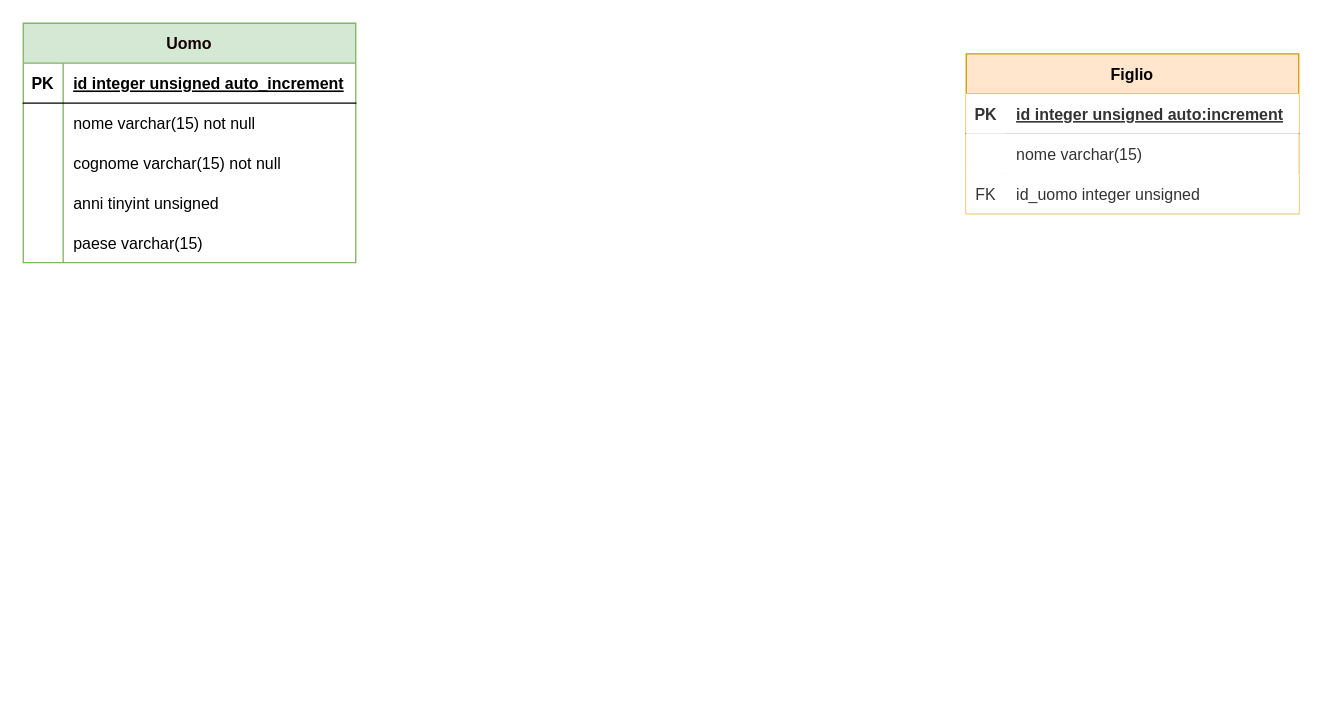
The draw.io diagram AS_2023_2024/5IA/Informatica/UD 2 - mySQL Basics/er01.drawio in CescoP81/GalileiOstiglia, before the edit. Source tidied: cells renumbered, new cells numbered last; positions are measured from the earlier drawing's top-left corner, leaving out a move shared by most shapes. Both pictures are drawn from the tidied source at 133%, with x=0, y=0 at pixel (23, 23).
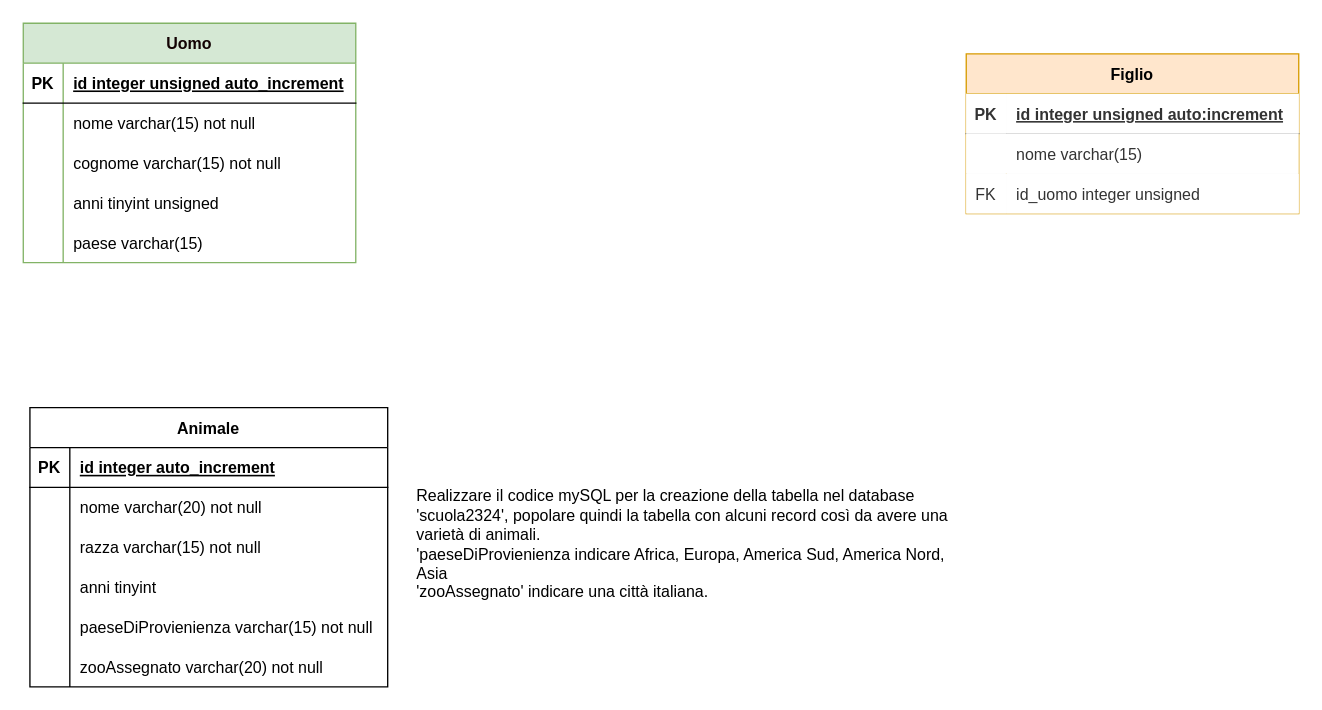
The same diagram, later.

Diff of the diagram source:
```diff
@@
+    <mxCell id="28" value="Animale" style="shape=table;startSize=30;childLayout=tableLayout;rowLines=0;fontStyle=1;align=center;" parent="1" vertex="1">
+      <mxGeometry x="5" y="289" width="269" height="210" as="geometry" />
+    </mxCell>
+    <mxCell id="29" style="shape=tableRow;horizontal=0;startSize=0;swimlaneHead=0;swimlaneBody=0;fillColor=none;top=0;left=0;right=0;bottom=1;" parent="28" vertex="1">
+      <mxGeometry y="30" width="269" height="30" as="geometry" />
+    </mxCell>
+    <mxCell id="30" value="PK" style="shape=partialRectangle;fillColor=none;top=0;left=0;bottom=0;right=0;fontStyle=1;overflow=hidden;" parent="29" vertex="1">
+      <mxGeometry width="30" height="30" as="geometry" />
+    </mxCell>
+    <mxCell id="31" value="id integer auto_increment" style="shape=partialRectangle;fillColor=none;top=0;left=0;bottom=0;right=0;align=left;spacingLeft=6;fontStyle=5;overflow=hidden;" parent="29" vertex="1">
+      <mxGeometry x="30" width="239" height="30" as="geometry" />
+    </mxCell>
+    <mxCell id="32" style="shape=tableRow;horizontal=0;startSize=0;swimlaneHead=0;swimlaneBody=0;fillColor=none;top=0;left=0;right=0;bottom=0;" parent="28" vertex="1">
+      <mxGeometry y="60" width="269" height="30" as="geometry" />
+    </mxCell>
+    <mxCell id="33" style="shape=partialRectangle;fillColor=none;top=0;left=0;bottom=0;right=0;overflow=hidden;" parent="32" vertex="1">
+      <mxGeometry width="30" height="30" as="geometry" />
+    </mxCell>
+    <mxCell id="34" value="nome varchar(20) not null" style="shape=partialRectangle;fillColor=none;top=0;left=0;bottom=0;right=0;align=left;spacingLeft=6;overflow=hidden;" parent="32" vertex="1">
+      <mxGeometry x="30" width="239" height="30" as="geometry" />
+    </mxCell>
+    <mxCell id="35" style="shape=tableRow;horizontal=0;startSize=0;swimlaneHead=0;swimlaneBody=0;fillColor=none;top=0;left=0;right=0;bottom=0;" parent="28" vertex="1">
+      <mxGeometry y="90" width="269" height="30" as="geometry" />
+    </mxCell>
+    <mxCell id="36" style="shape=partialRectangle;fillColor=none;top=0;left=0;bottom=0;right=0;overflow=hidden;" parent="35" vertex="1">
+      <mxGeometry width="30" height="30" as="geometry" />
+    </mxCell>
+    <mxCell id="37" value="razza varchar(15) not null" style="shape=partialRectangle;fillColor=none;top=0;left=0;bottom=0;right=0;align=left;spacingLeft=6;overflow=hidden;" parent="35" vertex="1">
+      <mxGeometry x="30" width="239" height="30" as="geometry" />
+    </mxCell>
+    <mxCell id="38" style="shape=tableRow;horizontal=0;startSize=0;swimlaneHead=0;swimlaneBody=0;fillColor=none;top=0;left=0;right=0;bottom=0;" parent="28" vertex="1">
+      <mxGeometry y="120" width="269" height="30" as="geometry" />
+    </mxCell>
+    <mxCell id="39" style="shape=partialRectangle;fillColor=none;top=0;left=0;bottom=0;right=0;overflow=hidden;" parent="38" vertex="1">
+      <mxGeometry width="30" height="30" as="geometry" />
+    </mxCell>
+    <mxCell id="40" value="anni tinyint" style="shape=partialRectangle;fillColor=none;top=0;left=0;bottom=0;right=0;align=left;spacingLeft=6;overflow=hidden;" parent="38" vertex="1">
+      <mxGeometry x="30" width="239" height="30" as="geometry" />
+    </mxCell>
+    <mxCell id="41" style="shape=tableRow;horizontal=0;startSize=0;swimlaneHead=0;swimlaneBody=0;fillColor=none;top=0;left=0;right=0;bottom=0;" parent="28" vertex="1">
+      <mxGeometry y="150" width="269" height="30" as="geometry" />
+    </mxCell>
+    <mxCell id="42" style="shape=partialRectangle;fillColor=none;top=0;left=0;bottom=0;right=0;overflow=hidden;" parent="41" vertex="1">
+      <mxGeometry width="30" height="30" as="geometry" />
+    </mxCell>
+    <mxCell id="43" value="paeseDiProvienienza varchar(15) not null" style="shape=partialRectangle;fillColor=none;top=0;left=0;bottom=0;right=0;align=left;spacingLeft=6;overflow=hidden;" parent="41" vertex="1">
+      <mxGeometry x="30" width="239" height="30" as="geometry" />
+    </mxCell>
+    <mxCell id="44" style="shape=tableRow;horizontal=0;startSize=0;swimlaneHead=0;swimlaneBody=0;fillColor=none;top=0;left=0;right=0;bottom=0;" parent="28" vertex="1">
+      <mxGeometry y="180" width="269" height="30" as="geometry" />
+    </mxCell>
+    <mxCell id="45" style="shape=partialRectangle;fillColor=none;top=0;left=0;bottom=0;right=0;overflow=hidden;" parent="44" vertex="1">
+      <mxGeometry width="30" height="30" as="geometry" />
+    </mxCell>
+    <mxCell id="46" value="zooAssegnato varchar(20) not null" style="shape=partialRectangle;fillColor=none;top=0;left=0;bottom=0;right=0;align=left;spacingLeft=6;overflow=hidden;" parent="44" vertex="1">
+      <mxGeometry x="30" width="239" height="30" as="geometry" />
+    </mxCell>
+    <mxCell id="47" value="Realizzare il codice mySQL per la creazione della tabella nel database 'scuola2324', popolare quindi la tabella con alcuni record così da avere una varietà di animali.&amp;nbsp;&lt;br&gt;'paeseDiProvienienza indicare Africa, Europa, America Sud, America Nord, Asia&lt;br&gt;'zooAssegnato' indicare una città italiana." style="text;html=1;strokeColor=none;fillColor=none;align=left;verticalAlign=middle;whiteSpace=wrap;rounded=0;" parent="1" vertex="1">
+      <mxGeometry x="294" y="289" width="420" height="205" as="geometry" />
+    </mxCell>
```
